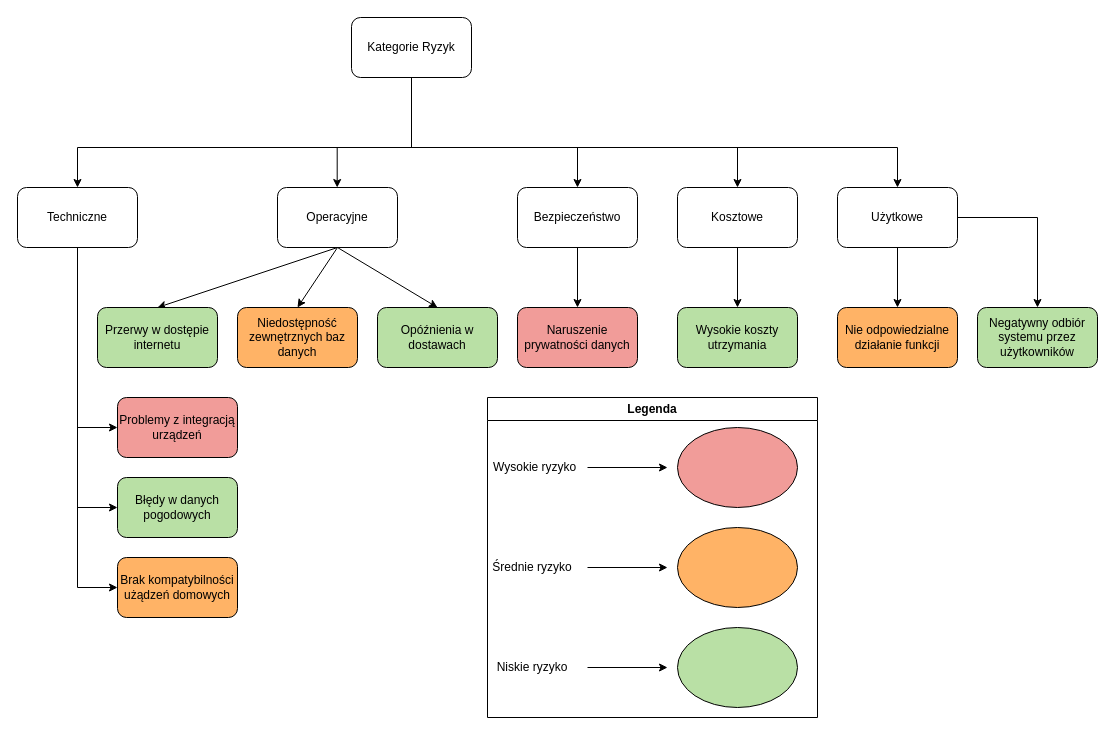
The draw.io diagram drzewo_ryzyk.drawio in julian428/wbs, before the edit. Source tidied: cells renumbered, new cells numbered last; positions are measured from the earlier drawing's top-left corner, leaving out a move shared by most shapes. Both pictures are drawn from the tidied source at 100%, with x=0, y=0 at pixel (17, 17).
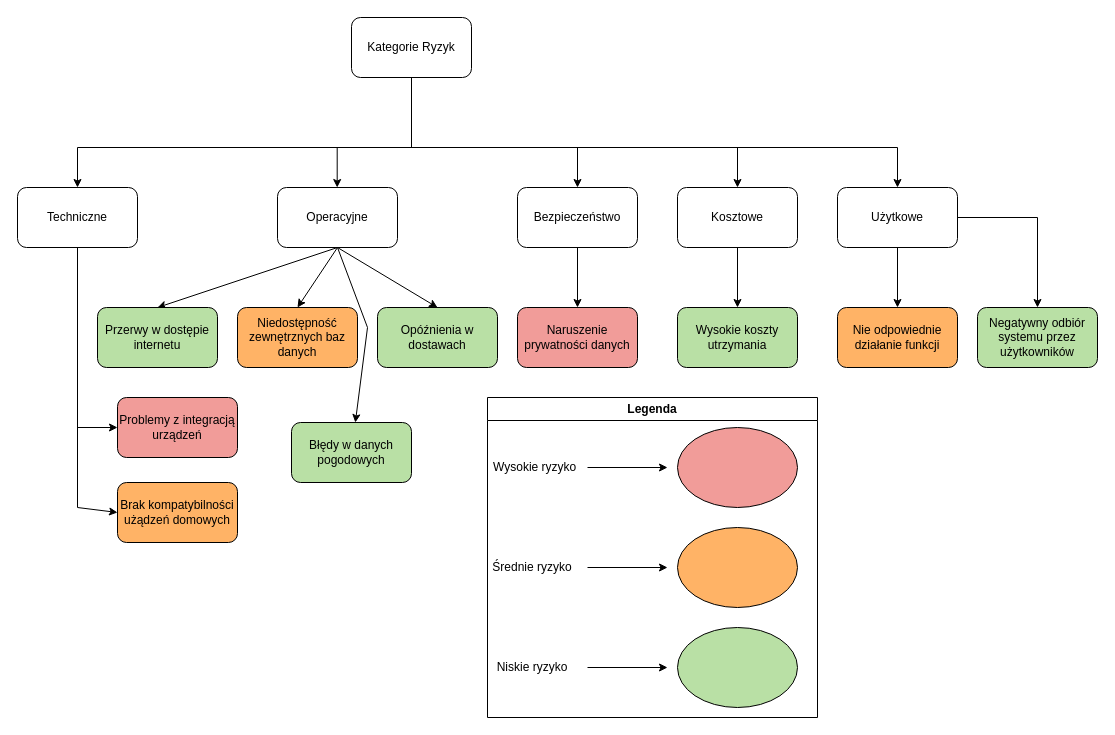
After the change.

Unchanged cells that the change refers to:
```xml
<mxCell id="4" value="Techniczne" style="rounded=1;whiteSpace=wrap;html=1;" parent="1" vertex="1">
  <mxGeometry y="170" width="120" height="60" as="geometry" />
</mxCell>
<mxCell id="7" value="Operacyjne" style="rounded=1;whiteSpace=wrap;html=1;" parent="1" vertex="1">
  <mxGeometry x="260" y="170" width="120" height="60" as="geometry" />
</mxCell>
```

Diff of the diagram source:
```diff
@@
     <mxCell id="21" style="endArrow=none;html=1;rounded=0;entryX=0.5;entryY=1;entryDx=0;entryDy=0;" parent="1" edge="1" target="4">
       <mxGeometry relative="1" as="geometry">
-        <mxPoint x="60" y="570" as="sourcePoint" />
+        <mxPoint x="60" y="490" as="sourcePoint" />
       </mxGeometry>
     </mxCell>
@@
     <mxCell id="23" value="Błędy w danych pogodowych" style="rounded=1;whiteSpace=wrap;html=1;fillColor=#B9E0A5;" parent="1" vertex="1">
-      <mxGeometry x="100" y="460" width="120" height="60" as="geometry" />
+      <mxGeometry x="274" y="405" width="120" height="60" as="geometry" />
     </mxCell>
@@
-    <mxCell id="25" style="endArrow=classic;html=1;rounded=0;" parent="1" edge="1" target="23">
+    <mxCell id="25" style="endArrow=classic;html=1;rounded=0;exitX=0.5;exitY=1;exitDx=0;exitDy=0;" parent="1" edge="1" source="7" target="23">
       <mxGeometry relative="1" as="geometry">
-        <mxPoint x="60" y="490" as="sourcePoint" />
+        <Array as="points">
+          <mxPoint x="350" y="310" />
+        </Array>
       </mxGeometry>
     </mxCell>
@@
     <mxCell id="28" value="Brak kompatybilności użądzeń domowych" style="rounded=1;whiteSpace=wrap;html=1;fillColor=#FFB366;" parent="1" vertex="1">
-      <mxGeometry x="100" y="540" width="120" height="60" as="geometry" />
+      <mxGeometry x="100" y="465" width="120" height="60" as="geometry" />
     </mxCell>
     <mxCell id="29" style="endArrow=classic;html=1;rounded=0;entryX=0;entryY=0.5;entryDx=0;entryDy=0;" parent="1" edge="1" target="28">
       <mxGeometry relative="1" as="geometry">
-        <mxPoint x="60" y="570" as="sourcePoint" />
+        <mxPoint x="60" y="490" as="sourcePoint" />
       </mxGeometry>
     </mxCell>
@@
-    <mxCell id="33" value="Nie odpowiedzialne działanie funkcji" style="rounded=1;whiteSpace=wrap;html=1;fillColor=#FFB366;" parent="1" vertex="1">
+    <mxCell id="33" value="Nie odpowiednie działanie funkcji" style="rounded=1;whiteSpace=wrap;html=1;fillColor=#FFB366;" parent="1" vertex="1">
       <mxGeometry x="820" y="290" width="120" height="60" as="geometry" />
     </mxCell>
```
